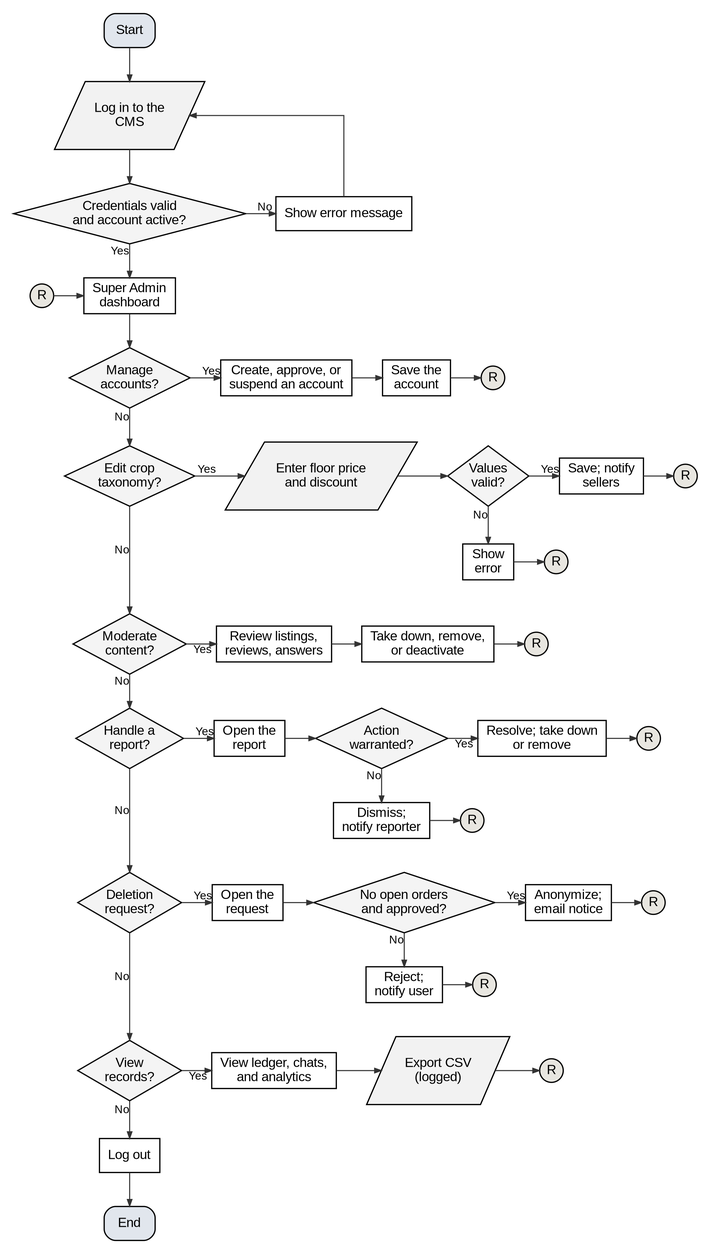
This is docs/manuscript/figures/fig5b_flow_super_admin.png from shawncastaneda11-commits/anihow-backend, a Graphviz export, as it was before one commit. Its source is kept beside it as docs/manuscript/figures/src/fig5b_flow_super_admin.dot.
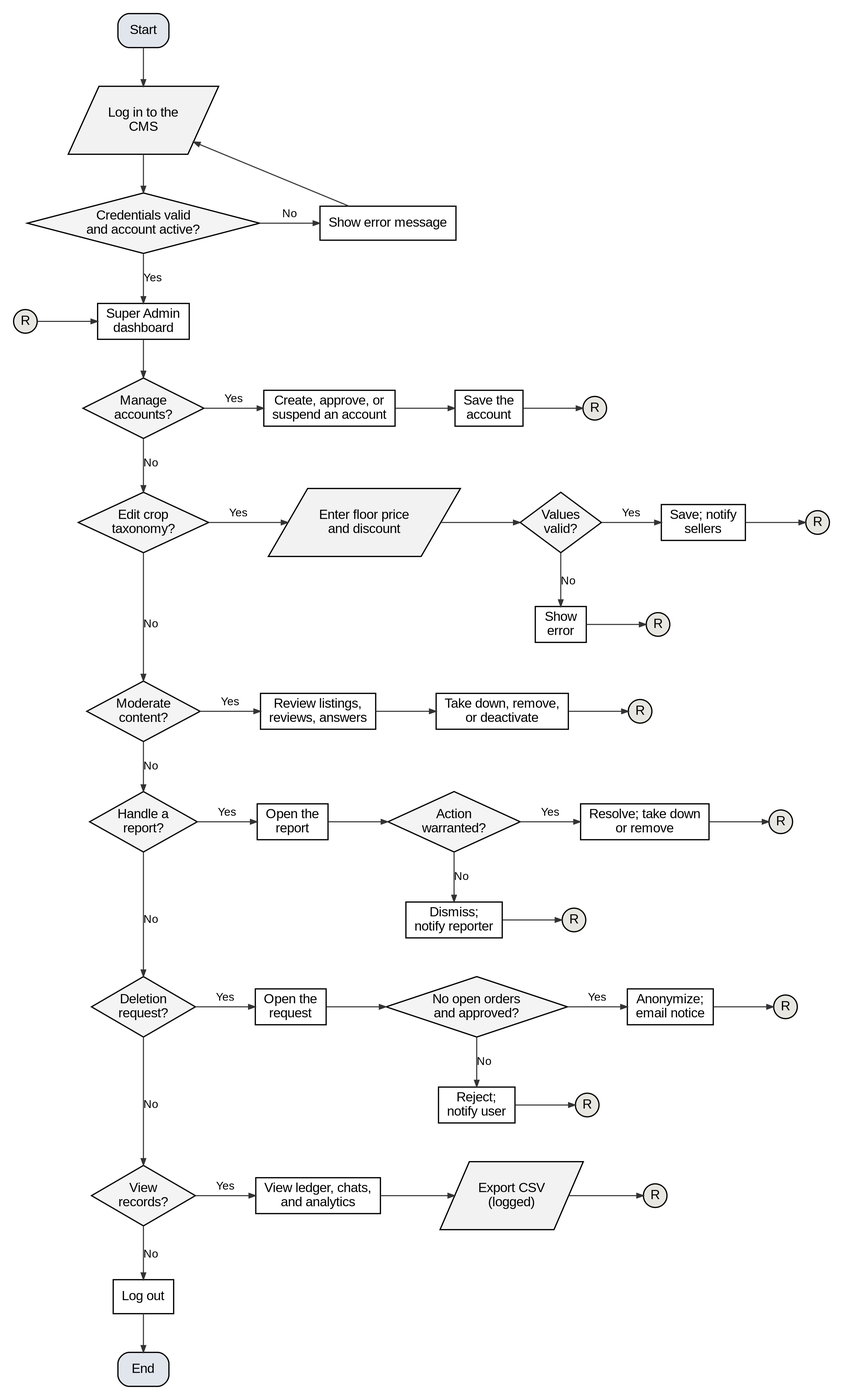
Later version of the same file.

Change to the diagram source:
```diff
@@ -1,5 +1,5 @@
 digraph G {
-  graph [rankdir=TB, nodesep=0.45, ranksep=0.5, pad=0.2, fontname="Liberation Sans", newrank=true, splines=ortho];
+  graph [rankdir=TB, nodesep=0.45, ranksep=0.55, pad=0.2, fontname="Liberation Sans", newrank=true, splines=polyline];
   node  [fontname="Liberation Sans", fontsize=14, penwidth=1.3, style=filled, fillcolor="#FFFFFF", margin="0.12,0.06"];
   edge  [penwidth=1.1, arrowsize=0.7, color="#333333", fontname="Liberation Sans", fontsize=12];
   s [shape=box, style="rounded,filled", fillcolor="#E1E6ED", label="Start"];
@@ -12,88 +12,88 @@
   end [shape=box, style="rounded,filled", fillcolor="#E1E6ED", label="End"];
   s -> li;
   li -> ok;
-  ok -> err [xlabel="No"];
+  ok -> err [label="No"];
   err -> li [constraint=false];
-  ok -> home [xlabel="Yes"];
+  ok -> home [label="Yes"];
   ain -> home;
   {rank=same; ok err}
   {rank=same; home ain}
   q0 [shape=diamond, fillcolor="#F4F4F4", label="Manage\naccounts?", margin="0.02,0.02"];
   home -> q0;
   s0_0 [shape=box, label="Create, approve, or\nsuspend an account"];
-  q0 -> s0_0 [xlabel="Yes"];
+  q0 -> s0_0 [label="Yes"];
   s0_1 [shape=box, label="Save the\naccount"];
   s0_0 -> s0_1;
   r0 [shape=circle, width=0.35, fixedsize=true, fillcolor="#E8E6E0", label="R"];
   s0_1 -> r0;
   {rank=same; q0; s0_0; s0_1; r0}
   q1 [shape=diamond, fillcolor="#F4F4F4", label="Edit crop\ntaxonomy?", margin="0.02,0.02"];
-  q0 -> q1 [xlabel="No"];
+  q0 -> q1 [label="No"];
   s1_0 [shape=parallelogram, fillcolor="#F2F2F2", label="Enter floor price\nand discount", margin="0.02,0.04"];
-  q1 -> s1_0 [xlabel="Yes"];
+  q1 -> s1_0 [label="Yes"];
   s1_1 [shape=diamond, fillcolor="#F4F4F4", label="Values\nvalid?", margin="0.02,0.02"];
   s1_0 -> s1_1;
   a1_1 [shape=box, label="Show\nerror"];
   xa1_1 [shape=circle, width=0.35, fixedsize=true, fillcolor="#E8E6E0", label="R"];
-  s1_1 -> a1_1 [xlabel="No"];
+  s1_1 -> a1_1 [label="No"];
   a1_1 -> xa1_1;
   {rank=same; a1_1; xa1_1}
   s1_2 [shape=box, label="Save; notify\nsellers"];
-  s1_1 -> s1_2 [xlabel="Yes"];
+  s1_1 -> s1_2 [label="Yes"];
   r1 [shape=circle, width=0.35, fixedsize=true, fillcolor="#E8E6E0", label="R"];
   s1_2 -> r1;
   {rank=same; q1; s1_0; s1_1; s1_2; r1}
   q2 [shape=diamond, fillcolor="#F4F4F4", label="Moderate\ncontent?", margin="0.02,0.02"];
-  q1 -> q2 [xlabel="No", minlen=2];
+  q1 -> q2 [label="No", minlen=2];
   s2_0 [shape=box, label="Review listings,\nreviews, answers"];
-  q2 -> s2_0 [xlabel="Yes"];
+  q2 -> s2_0 [label="Yes"];
   s2_1 [shape=box, label="Take down, remove,\nor deactivate"];
   s2_0 -> s2_1;
   r2 [shape=circle, width=0.35, fixedsize=true, fillcolor="#E8E6E0", label="R"];
   s2_1 -> r2;
   {rank=same; q2; s2_0; s2_1; r2}
   q3 [shape=diamond, fillcolor="#F4F4F4", label="Handle a\nreport?", margin="0.02,0.02"];
-  q2 -> q3 [xlabel="No"];
+  q2 -> q3 [label="No"];
   s3_0 [shape=box, label="Open the\nreport"];
-  q3 -> s3_0 [xlabel="Yes"];
+  q3 -> s3_0 [label="Yes"];
   s3_1 [shape=diamond, fillcolor="#F4F4F4", label="Action\nwarranted?", margin="0.02,0.02"];
   s3_0 -> s3_1;
   a3_1 [shape=box, label="Dismiss;\nnotify reporter"];
   xa3_1 [shape=circle, width=0.35, fixedsize=true, fillcolor="#E8E6E0", label="R"];
-  s3_1 -> a3_1 [xlabel="No"];
+  s3_1 -> a3_1 [label="No"];
   a3_1 -> xa3_1;
   {rank=same; a3_1; xa3_1}
   s3_2 [shape=box, label="Resolve; take down\nor remove"];
-  s3_1 -> s3_2 [xlabel="Yes"];
+  s3_1 -> s3_2 [label="Yes"];
   r3 [shape=circle, width=0.35, fixedsize=true, fillcolor="#E8E6E0", label="R"];
   s3_2 -> r3;
   {rank=same; q3; s3_0; s3_1; s3_2; r3}
   q4 [shape=diamond, fillcolor="#F4F4F4", label="Deletion\nrequest?", margin="0.02,0.02"];
-  q3 -> q4 [xlabel="No", minlen=2];
+  q3 -> q4 [label="No", minlen=2];
   s4_0 [shape=box, label="Open the\nrequest"];
-  q4 -> s4_0 [xlabel="Yes"];
+  q4 -> s4_0 [label="Yes"];
   s4_1 [shape=diamond, fillcolor="#F4F4F4", label="No open orders\nand approved?", margin="0.02,0.02"];
   s4_0 -> s4_1;
   a4_1 [shape=box, label="Reject;\nnotify user"];
   xa4_1 [shape=circle, width=0.35, fixedsize=true, fillcolor="#E8E6E0", label="R"];
-  s4_1 -> a4_1 [xlabel="No"];
+  s4_1 -> a4_1 [label="No"];
   a4_1 -> xa4_1;
   {rank=same; a4_1; xa4_1}
   s4_2 [shape=box, label="Anonymize;\nemail notice"];
-  s4_1 -> s4_2 [xlabel="Yes"];
+  s4_1 -> s4_2 [label="Yes"];
   r4 [shape=circle, width=0.35, fixedsize=true, fillcolor="#E8E6E0", label="R"];
   s4_2 -> r4;
   {rank=same; q4; s4_0; s4_1; s4_2; r4}
   q5 [shape=diamond, fillcolor="#F4F4F4", label="View\nrecords?", margin="0.02,0.02"];
-  q4 -> q5 [xlabel="No", minlen=2];
+  q4 -> q5 [label="No", minlen=2];
   s5_0 [shape=box, label="View ledger, chats,\nand analytics"];
-  q5 -> s5_0 [xlabel="Yes"];
+  q5 -> s5_0 [label="Yes"];
   s5_1 [shape=parallelogram, fillcolor="#F2F2F2", label="Export CSV\n(logged)", margin="0.02,0.04"];
   s5_0 -> s5_1;
   r5 [shape=circle, width=0.35, fixedsize=true, fillcolor="#E8E6E0", label="R"];
   s5_1 -> r5;
   {rank=same; q5; s5_0; s5_1; r5}
-  q5 -> lo [xlabel="No"];
+  q5 -> lo [label="No"];
   lo -> end;
   s [group=trunk];
   li [group=trunk];
```
